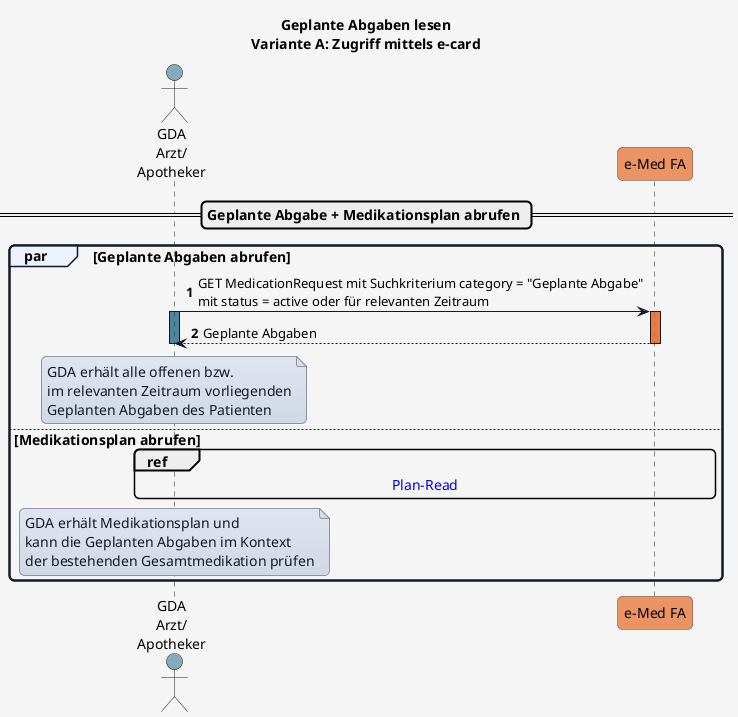
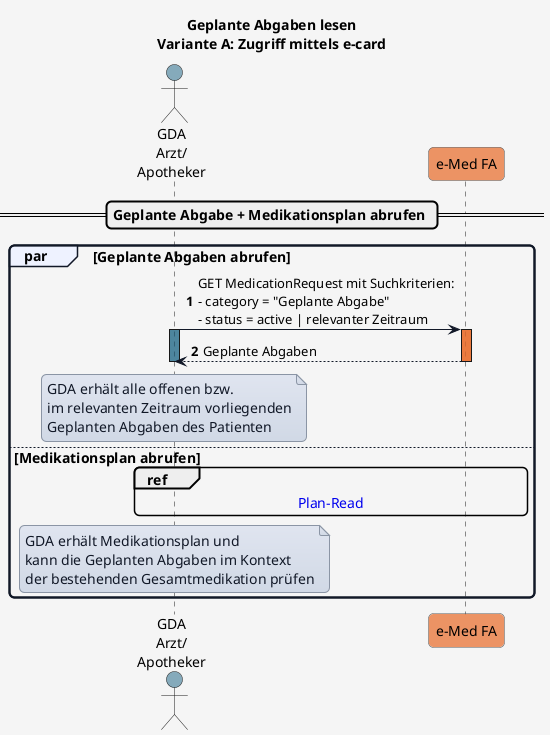
@startuml

title Geplante Abgaben lesen\nVariante A: Zugriff mittels e-card

'skinparam actorStyle awesome

skinparam borderColor #000000
skinparam backgroundColor #f5f5f5
skinparam shadowing false
skinparam roundCorner 10
skinparam defaultFontName "Arial"
skinparam defaultFontSize 14
skinparam defaultFontColor #000000
skinparam HyperlinkColor #0000EE
skinparam HyperlinkUnderline false
skinparam BoxPadding 20
skinparam BoxBorderColor #555555

skinparam note {
  BackgroundColor #e0e5f0-#d1d9e6
  BorderColor #8b95a5
  BorderThickness 1
  RoundCorner 0
  Padding 6
  FontColor #111827
  Shadowing false
}

skinparam sequence {
  ParticipantBorderColor #555555
  ParticipantFontColor #000000
  ParticipantFontSize 14
  ParticipantPadding 20
  ArrowColor #111827
  ArrowThickness 1
  ArrowFontColor #000000
  ArrowFontSize 13
  GroupBorderColor #111827
  GroupBackgroundColor #eef2ff
  GroupBorderThickness 2
}

!define COLOR_GDA_1    #15608280
!define COLOR_GDA_2    #96607D80
!define COLOR_PATIENT  #196B2480
!define COLOR_APO      #0F9ED590
!define COLOR_EMED_FA  #e97232bd
!define COLOR_E_REZEPT #cd3732a9

!define COLOR_OK       #0F9ED525
!define COLOR_ERROR    #E9713235

actor GDA_1 as "GDA\nArzt/\nApotheker" COLOR_GDA_1
participant eMed_FA as "e-Med FA" COLOR_EMED_FA
' participant e_Rezept as "e-Rezept" COLOR_E_REZEPT

autonumber

== Geplante Abgabe + Medikationsplan abrufen ==
'== e-Rezept, Geplante Abgabe + Medikationsplan abrufen ==

'par e-Rezept abrufen
  ' GDA_1 -> e_Rezept: e-Rezepte mit e-card abrufen
  ' activate GDA_1 COLOR_GDA_1
  ' activate e_Rezept COLOR_E_REZEPT
  ' e_Rezept --> GDA_1: e-Rezepte
  ' deactivate e_Rezept
' else

par Geplante Abgaben abrufen
-   GDA_1 -> eMed_FA: GET MedicationRequest mit Suchkriterium category = "Geplante Abgabe"\nmit status = active oder für relevanten Zeitraum
+   GDA_1 -> eMed_FA: GET MedicationRequest mit Suchkriterien:\n- category = "Geplante Abgabe"\n- status = active | relevanter Zeitraum
  activate GDA_1 COLOR_GDA_1
  activate eMed_FA COLOR_EMED_FA
  eMed_FA --> GDA_1: Geplante Abgaben
  deactivate eMed_FA
  note over GDA_1
  GDA erhält alle offenen bzw.
  im relevanten Zeitraum vorliegenden
  Geplanten Abgaben des Patienten
  end note

else Medikationsplan abrufen

  ref over GDA_1, eMed_FA : [[interactions.html#sequenzdiagramm-plan-read Plan-Read]]
  note over GDA_1
  GDA erhält Medikationsplan und
  kann die Geplanten Abgaben im Kontext
  der bestehenden Gesamtmedikation prüfen
  end note
  deactivate GDA_1
end

@enduml